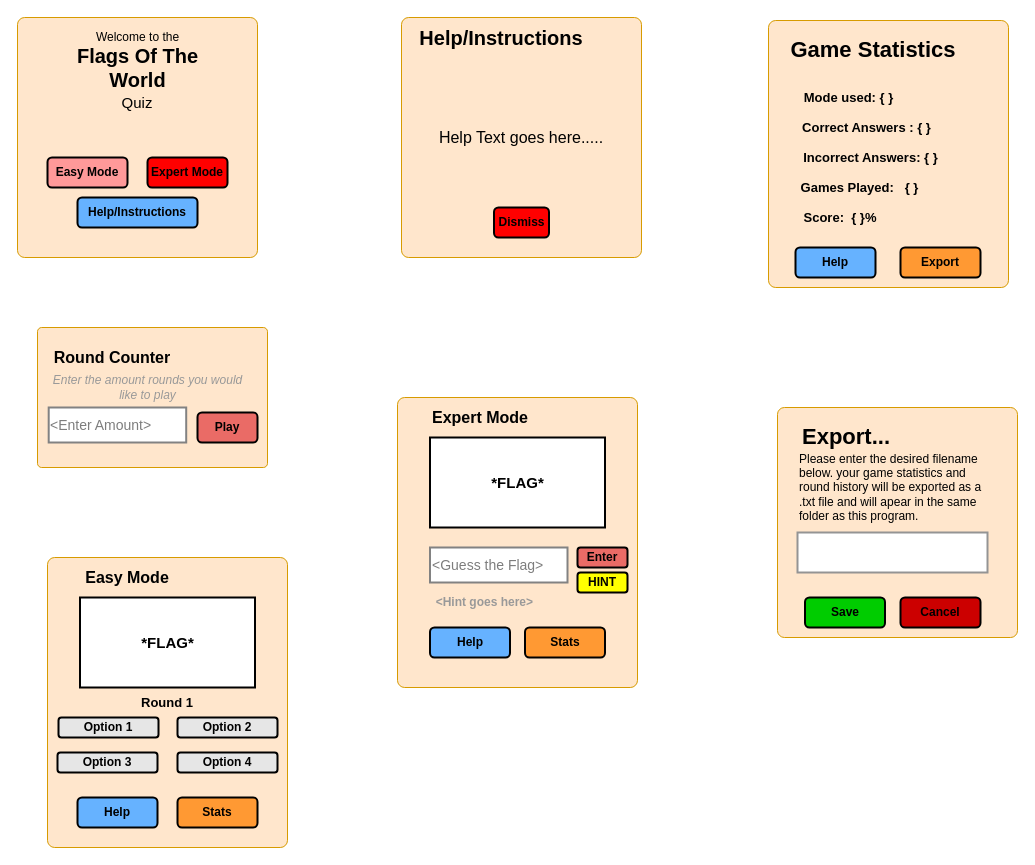
This is flag_quiz_wireframes.drawio from chhabrap71760/Flags_Quiz_Assessment, a draw.io file, before an edit. Source tidied: cells renumbered, new cells numbered last; positions are measured from the earlier drawing's top-left corner, leaving out a move shared by most shapes. Both pictures are drawn from the tidied source at 100%, with x=0, y=0 at pixel (17, 17).
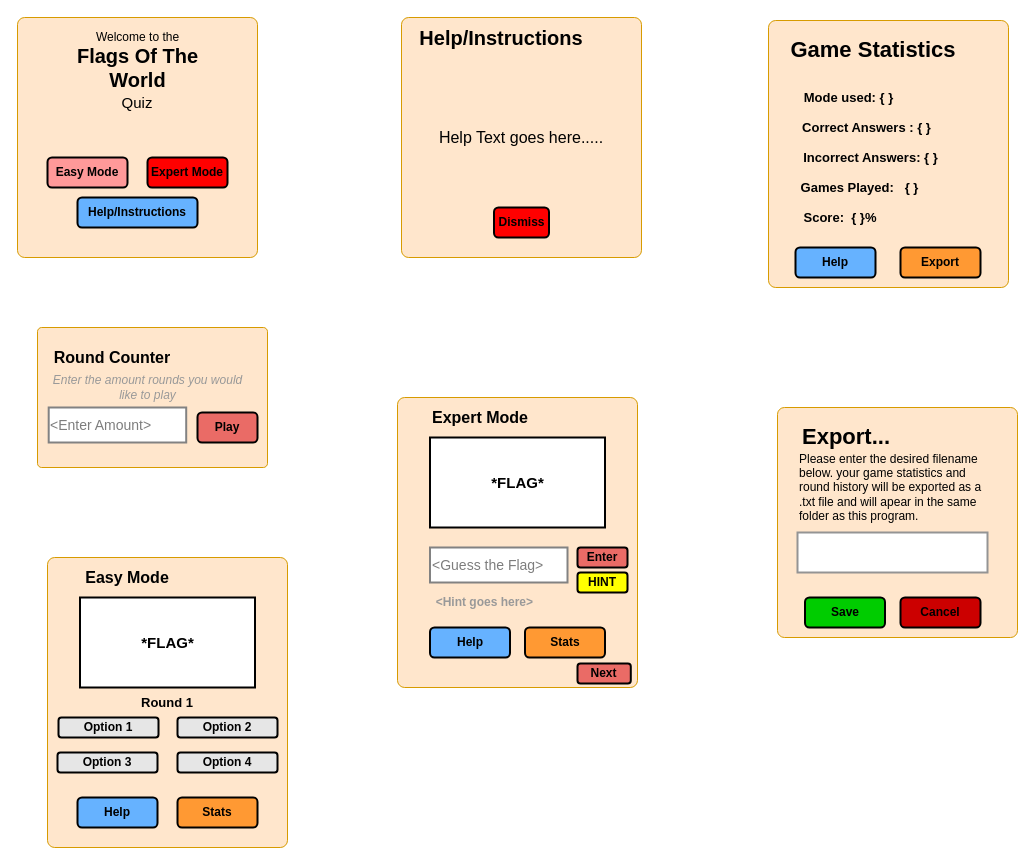
Above is the later version.

Diff of the diagram source:
```diff
@@
+    <mxCell id="52" value="&lt;b&gt;Next&lt;/b&gt;" style="rounded=1;whiteSpace=wrap;html=1;strokeWidth=2;fillColor=#EA6B66;" parent="1" vertex="1">
+      <mxGeometry x="560" y="646" width="53.3" height="20" as="geometry" />
+    </mxCell>
```
